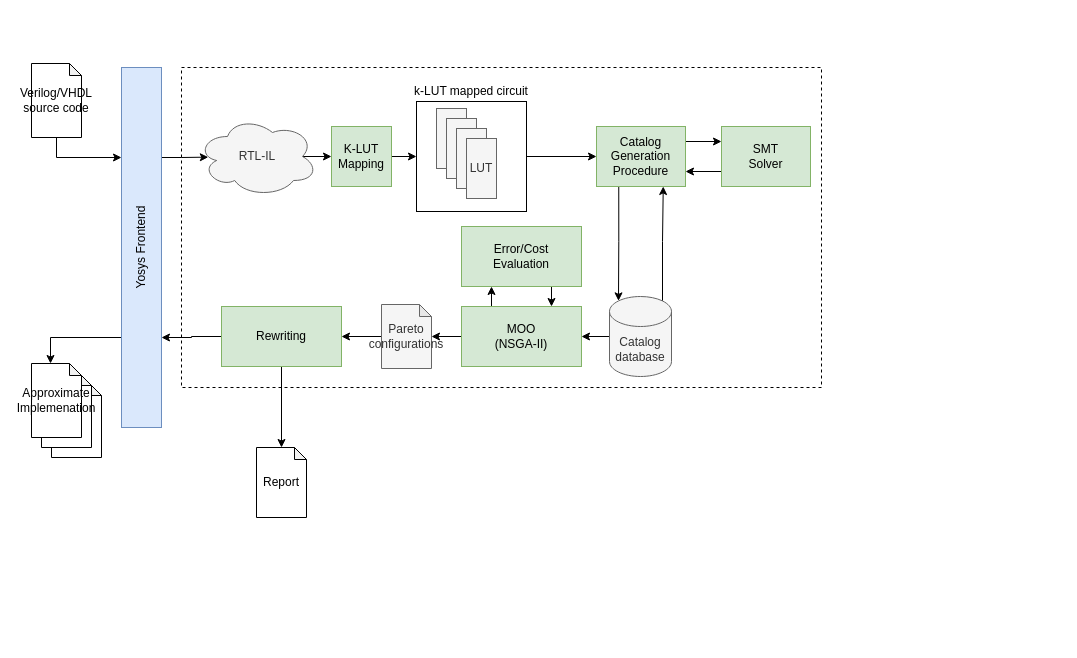
The draw.io diagram doc/yosys-als.drawio in SalvatoreBarone/pyALS, before the edit. Source tidied: cells renumbered, new cells numbered last; positions are measured from the earlier drawing's top-left corner, leaving out a move shared by most shapes. Both pictures are drawn from the tidied source at 100%, with x=0, y=0 at pixel (31, 63).
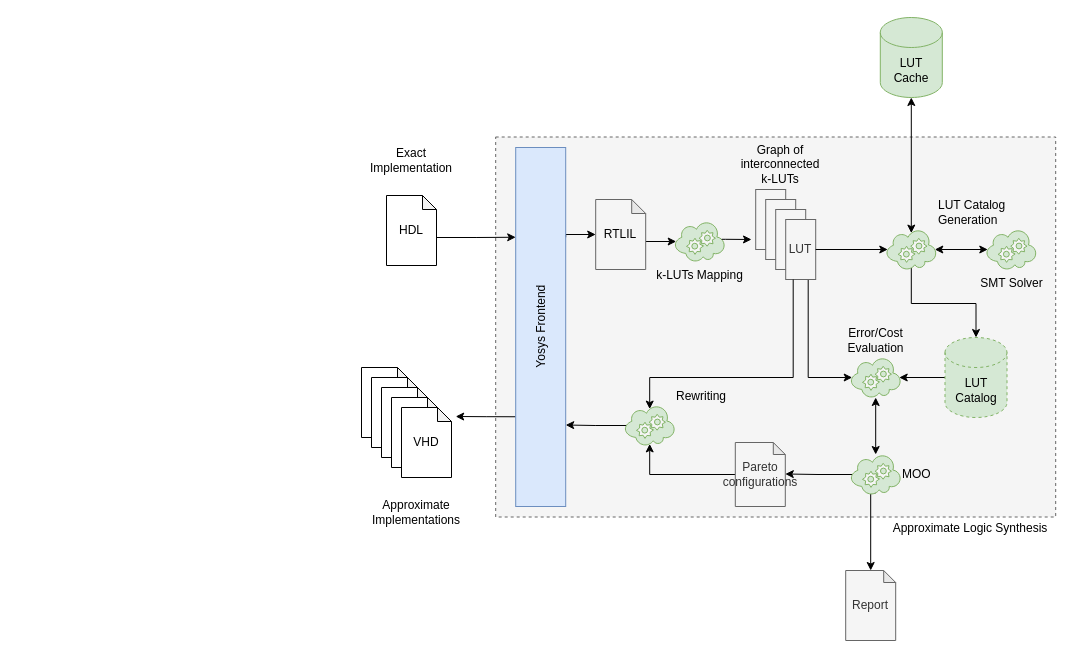
After the change.

Change to the diagram source:
```diff
@@
-    <mxCell id="2" style="shape=note;whiteSpace=wrap;html=1;backgroundOutline=1;darkOpacity=0.05;size=12;" parent="1" vertex="1">
-      <mxGeometry x="20" y="320" width="50" height="74" as="geometry" />
-    </mxCell>
-    <mxCell id="3" style="shape=note;whiteSpace=wrap;html=1;backgroundOutline=1;darkOpacity=0.05;size=12;" parent="1" vertex="1">
-      <mxGeometry x="10" y="310" width="50" height="74" as="geometry" />
-    </mxCell>
-    <mxCell id="4" style="rounded=0;whiteSpace=wrap;html=1;fillColor=none;" parent="1" vertex="1">
-      <mxGeometry x="385" y="38" width="110" height="110" as="geometry" />
-    </mxCell>
-    <mxCell id="5" style="edgeStyle=orthogonalEdgeStyle;rounded=0;jettySize=auto;html=1;entryX=1;entryY=0.75;entryDx=0;entryDy=0;exitX=0.5;exitY=1;exitDx=0;exitDy=0;exitPerimeter=0;" parent="1" edge="1" source="6" target="9">
-      <mxGeometry relative="1" as="geometry" />
-    </mxCell>
-    <mxCell id="6" value="Verilog/VHDL&lt;br&gt;source code" style="shape=note;whiteSpace=wrap;html=1;backgroundOutline=1;darkOpacity=0.05;size=12;" parent="1" vertex="1">
-      <mxGeometry width="50" height="74" as="geometry" />
-    </mxCell>
-    <mxCell id="7" style="edgeStyle=orthogonalEdgeStyle;rounded=0;jettySize=auto;html=1;exitX=0;exitY=0.75;exitDx=0;exitDy=0;entryX=0.09;entryY=0.508;entryDx=0;entryDy=0;entryPerimeter=0;" parent="1" edge="1" source="9" target="11">
-      <mxGeometry relative="1" as="geometry" />
-    </mxCell>
-    <mxCell id="8" style="edgeStyle=orthogonalEdgeStyle;rounded=0;jettySize=auto;html=1;exitX=1;exitY=0.25;exitDx=0;exitDy=0;entryX=0;entryY=0;entryDx=19;entryDy=0;entryPerimeter=0;" parent="1" edge="1" source="9" target="40">
-      <mxGeometry relative="1" as="geometry" />
-    </mxCell>
+    <mxCell id="41" style="rounded=0;whiteSpace=wrap;html=1;dashed=1;verticalAlign=top;strokeColor=#666666;fillColor=#f5f5f5;fontColor=#333333;" parent="1" vertex="1">
+      <mxGeometry x="464.2" y="73.5" width="560" height="380" as="geometry" />
+    </mxCell>
+    <mxCell id="42" style="edgeStyle=orthogonalEdgeStyle;rounded=0;jettySize=auto;html=1;exitX=0;exitY=0;exitDx=50;exitDy=42;exitPerimeter=0;entryX=0.75;entryY=0;entryDx=0;entryDy=0;fontColor=#000000;startArrow=none;startFill=0;endArrow=classic;endFill=1;" parent="1" edge="1" source="43" target="9">
+      <mxGeometry relative="1" as="geometry" />
+    </mxCell>
+    <mxCell id="43" value="&lt;font color=&quot;#000000&quot;&gt;HDL&lt;br&gt;&lt;/font&gt;" style="shape=note;whiteSpace=wrap;html=1;backgroundOutline=1;darkOpacity=0.05;fontColor=#FF0000;size=14;" parent="1" vertex="1">
+      <mxGeometry x="355" y="132" width="50" height="70" as="geometry" />
+    </mxCell>
+    <mxCell id="44" style="edgeStyle=orthogonalEdgeStyle;rounded=0;jettySize=auto;html=1;exitX=0.75;exitY=1;exitDx=0;exitDy=0;entryX=0.03;entryY=0.5;entryDx=0;entryDy=0;entryPerimeter=0;fontColor=#000000;startArrow=none;startFill=0;endArrow=classic;endFill=1;" parent="1" edge="1" source="17" target="37">
+      <mxGeometry relative="1" as="geometry">
+        <Array as="points">
+          <mxPoint x="777.2" y="314" />
+        </Array>
+      </mxGeometry>
+    </mxCell>
+    <mxCell id="45" style="edgeStyle=orthogonalEdgeStyle;rounded=0;jettySize=auto;html=1;exitX=0.75;exitY=1;exitDx=0;exitDy=0;entryX=0;entryY=0.5;entryDx=0;entryDy=0;entryPerimeter=0;" parent="1" edge="1" source="9" target="59">
+      <mxGeometry relative="1" as="geometry">
+        <Array as="points">
+          <mxPoint x="534.2" y="171" />
+        </Array>
+      </mxGeometry>
+    </mxCell>
+    <mxCell id="46" style="edgeStyle=orthogonalEdgeStyle;rounded=0;jettySize=auto;html=1;exitX=0.25;exitY=0;exitDx=0;exitDy=0;fontColor=#000000;startArrow=none;startFill=0;endArrow=classic;endFill=1;" parent="1" edge="1" source="9">
+      <mxGeometry relative="1" as="geometry">
+        <mxPoint x="424.2" y="353" as="targetPoint" />
+      </mxGeometry>
+    </mxCell>
-    <mxCell id="9" value="Yosys Frontend" style="rounded=0;whiteSpace=wrap;html=1;direction=west;horizontal=0;fillColor=#dae8fc;strokeColor=#6c8ebf;" parent="1" vertex="1">
-      <mxGeometry x="90" y="4" width="40" height="360" as="geometry" />
+    <mxCell id="9" value="Yosys Frontend" style="rounded=0;whiteSpace=wrap;html=1;direction=north;horizontal=0;fillColor=#dae8fc;strokeColor=#6c8ebf;verticalAlign=middle;" parent="1" vertex="1">
+      <mxGeometry x="484.2" y="84" width="50" height="359" as="geometry" />
     </mxCell>
-    <mxCell id="10" style="edgeStyle=orthogonalEdgeStyle;rounded=0;jettySize=auto;html=1;exitX=0.875;exitY=0.5;exitDx=0;exitDy=0;exitPerimeter=0;entryX=0;entryY=0.5;entryDx=0;entryDy=0;" parent="1" edge="1" source="11" target="13">
-      <mxGeometry relative="1" as="geometry" />
-    </mxCell>
-    <mxCell id="11" value="RTL-IL" style="ellipse;shape=cloud;whiteSpace=wrap;html=1;fillColor=#f5f5f5;strokeColor=#666666;fontColor=#333333;" parent="1" vertex="1">
-      <mxGeometry x="166" y="53" width="120" height="80" as="geometry" />
-    </mxCell>
-    <mxCell id="12" style="edgeStyle=orthogonalEdgeStyle;rounded=0;jettySize=auto;html=1;exitX=1;exitY=0.5;exitDx=0;exitDy=0;entryX=0;entryY=0.5;entryDx=0;entryDy=0;" parent="1" edge="1" source="13" target="4">
-      <mxGeometry relative="1" as="geometry" />
-    </mxCell>
-    <mxCell id="13" value="K-LUT&lt;br&gt;Mapping" style="rounded=0;whiteSpace=wrap;html=1;fillColor=#d5e8d4;strokeColor=#82b366;" parent="1" vertex="1">
-      <mxGeometry x="300" y="63" width="60" height="60" as="geometry" />
-    </mxCell>
-    <mxCell id="14" style="rounded=0;whiteSpace=wrap;html=1;fillColor=#f5f5f5;strokeColor=#666666;fontColor=#333333;" parent="1" vertex="1">
-      <mxGeometry x="405" y="45" width="30" height="60" as="geometry" />
-    </mxCell>
-    <mxCell id="15" style="rounded=0;whiteSpace=wrap;html=1;fillColor=#f5f5f5;strokeColor=#666666;fontColor=#333333;" parent="1" vertex="1">
-      <mxGeometry x="415" y="55" width="30" height="60" as="geometry" />
-    </mxCell>
-    <mxCell id="16" style="rounded=0;whiteSpace=wrap;html=1;fillColor=#f5f5f5;strokeColor=#666666;fontColor=#333333;" parent="1" vertex="1">
-      <mxGeometry x="425" y="65" width="30" height="60" as="geometry" />
-    </mxCell>
+    <mxCell id="47" style="edgeStyle=orthogonalEdgeStyle;rounded=0;jettySize=auto;html=1;exitX=0;exitY=0;exitDx=50;exitDy=42;exitPerimeter=0;entryX=0.03;entryY=0.5;entryDx=0;entryDy=0;entryPerimeter=0;" parent="1" edge="1" source="59" target="58">
+      <mxGeometry relative="1" as="geometry" />
+    </mxCell>
+    <mxCell id="48" style="rounded=0;whiteSpace=wrap;html=1;fillColor=#f5f5f5;strokeColor=#666666;fontColor=#333333;" parent="1" vertex="1">
+      <mxGeometry x="724.2" y="126" width="30" height="60" as="geometry" />
+    </mxCell>
+    <mxCell id="49" style="rounded=0;whiteSpace=wrap;html=1;fillColor=#f5f5f5;strokeColor=#666666;fontColor=#333333;" parent="1" vertex="1">
+      <mxGeometry x="734.2" y="136" width="30" height="60" as="geometry" />
+    </mxCell>
+    <mxCell id="50" style="rounded=0;whiteSpace=wrap;html=1;fillColor=#f5f5f5;strokeColor=#666666;fontColor=#333333;" parent="1" vertex="1">
+      <mxGeometry x="744.2" y="146" width="30" height="60" as="geometry" />
+    </mxCell>
     <mxCell id="17" value="LUT" style="rounded=0;whiteSpace=wrap;html=1;fillColor=#f5f5f5;strokeColor=#666666;fontColor=#333333;" parent="1" vertex="1">
-      <mxGeometry x="435" y="75" width="30" height="60" as="geometry" />
+      <mxGeometry x="754.2" y="156" width="30" height="60" as="geometry" />
     </mxCell>
-    <mxCell id="18" style="edgeStyle=orthogonalEdgeStyle;rounded=0;jettySize=auto;html=1;exitX=1;exitY=0.5;exitDx=0;exitDy=0;entryX=0;entryY=0.5;entryDx=0;entryDy=0;" parent="1" edge="1" source="4" target="22">
-      <mxGeometry relative="1" as="geometry" />
-    </mxCell>
-    <mxCell id="19" value="k-LUT mapped circuit" style="text;html=1;strokeColor=none;fillColor=none;align=center;verticalAlign=middle;whiteSpace=wrap;rounded=0;" parent="1" vertex="1">
-      <mxGeometry x="370" y="18" width="140" height="20" as="geometry" />
-    </mxCell>
-    <mxCell id="20" style="edgeStyle=orthogonalEdgeStyle;rounded=0;jettySize=auto;html=1;exitX=0.25;exitY=1;exitDx=0;exitDy=0;entryX=0.145;entryY=0;entryDx=0;entryDy=4.35;entryPerimeter=0;" parent="1" edge="1" source="22" target="25">
-      <mxGeometry relative="1" as="geometry" />
-    </mxCell>
-    <mxCell id="21" style="edgeStyle=orthogonalEdgeStyle;rounded=0;jettySize=auto;html=1;exitX=1;exitY=0.25;exitDx=0;exitDy=0;entryX=0;entryY=0.25;entryDx=0;entryDy=0;" parent="1" edge="1" source="22" target="27">
-      <mxGeometry relative="1" as="geometry" />
-    </mxCell>
-    <mxCell id="22" value="Catalog Generation&lt;br&gt;Procedure" style="rounded=0;whiteSpace=wrap;html=1;fillColor=#d5e8d4;strokeColor=#82b366;" parent="1" vertex="1">
-      <mxGeometry x="565" y="63" width="89" height="60" as="geometry" />
-    </mxCell>
-    <mxCell id="23" style="edgeStyle=orthogonalEdgeStyle;rounded=0;jettySize=auto;html=1;exitX=0.855;exitY=0;exitDx=0;exitDy=4.35;exitPerimeter=0;entryX=0.75;entryY=1;entryDx=0;entryDy=0;" parent="1" edge="1" source="25" target="22">
-      <mxGeometry relative="1" as="geometry" />
-    </mxCell>
-    <mxCell id="24" style="edgeStyle=orthogonalEdgeStyle;rounded=0;jettySize=auto;html=1;exitX=0;exitY=0.5;exitDx=0;exitDy=0;exitPerimeter=0;entryX=1;entryY=0.5;entryDx=0;entryDy=0;" parent="1" edge="1" source="25" target="30">
-      <mxGeometry relative="1" as="geometry" />
-    </mxCell>
-    <mxCell id="25" value="Catalog database" style="shape=cylinder3;whiteSpace=wrap;html=1;boundedLbl=1;backgroundOutline=1;size=15;fillColor=#f5f5f5;strokeColor=#666666;fontColor=#333333;" parent="1" vertex="1">
-      <mxGeometry x="578" y="233" width="62" height="80" as="geometry" />
-    </mxCell>
-    <mxCell id="26" style="edgeStyle=orthogonalEdgeStyle;rounded=0;jettySize=auto;html=1;exitX=0;exitY=0.75;exitDx=0;exitDy=0;entryX=1;entryY=0.75;entryDx=0;entryDy=0;" parent="1" edge="1" source="27" target="22">
-      <mxGeometry relative="1" as="geometry" />
-    </mxCell>
-    <mxCell id="27" value="SMT&lt;br&gt;Solver" style="rounded=0;whiteSpace=wrap;html=1;fillColor=#d5e8d4;strokeColor=#82b366;" parent="1" vertex="1">
-      <mxGeometry x="690" y="63" width="89" height="60" as="geometry" />
-    </mxCell>
-    <mxCell id="28" style="edgeStyle=orthogonalEdgeStyle;rounded=0;jettySize=auto;html=1;exitX=0;exitY=0.5;exitDx=0;exitDy=0;entryX=1;entryY=0.492;entryDx=0;entryDy=0;entryPerimeter=0;" parent="1" edge="1" source="30" target="35">
-      <mxGeometry relative="1" as="geometry" />
-    </mxCell>
-    <mxCell id="29" style="edgeStyle=orthogonalEdgeStyle;rounded=0;jettySize=auto;html=1;exitX=0.25;exitY=0;exitDx=0;exitDy=0;entryX=0.25;entryY=1;entryDx=0;entryDy=0;" parent="1" edge="1" source="30" target="37">
-      <mxGeometry relative="1" as="geometry" />
-    </mxCell>
-    <mxCell id="30" value="MOO&lt;br&gt;(NSGA-II)" style="rounded=0;whiteSpace=wrap;html=1;fillColor=#d5e8d4;strokeColor=#82b366;" parent="1" vertex="1">
-      <mxGeometry x="430" y="243" width="120" height="60" as="geometry" />
-    </mxCell>
+    <mxCell id="51" style="edgeStyle=orthogonalEdgeStyle;rounded=0;jettySize=auto;html=1;exitX=1;exitY=0.5;exitDx=0;exitDy=0;entryX=0.03;entryY=0.5;entryDx=0;entryDy=0;entryPerimeter=0;" parent="1" edge="1" source="17" target="61">
+      <mxGeometry relative="1" as="geometry" />
+    </mxCell>
+    <mxCell id="52" value="Graph of &lt;br&gt;interconnected&lt;br&gt;k-LUTs" style="text;html=1;strokeColor=none;fillColor=none;align=center;verticalAlign=middle;whiteSpace=wrap;rounded=0;" parent="1" vertex="1">
+      <mxGeometry x="679.2" y="76" width="140" height="50" as="geometry" />
+    </mxCell>
+    <mxCell id="53" style="edgeStyle=orthogonalEdgeStyle;rounded=0;jettySize=auto;html=1;exitX=0.5;exitY=0;exitDx=0;exitDy=0;exitPerimeter=0;entryX=0.5;entryY=0.96;entryDx=0;entryDy=0;entryPerimeter=0;startArrow=classic;startFill=1;endArrow=none;endFill=0;" parent="1" edge="1" source="55" target="61">
+      <mxGeometry relative="1" as="geometry" />
+    </mxCell>
+    <mxCell id="54" style="edgeStyle=orthogonalEdgeStyle;rounded=0;jettySize=auto;html=1;exitX=0;exitY=0.5;exitDx=0;exitDy=0;exitPerimeter=0;entryX=0.97;entryY=0.5;entryDx=0;entryDy=0;entryPerimeter=0;" parent="1" edge="1" source="55" target="37">
+      <mxGeometry relative="1" as="geometry" />
+    </mxCell>
+    <mxCell id="55" value="LUT Catalog" style="shape=cylinder3;whiteSpace=wrap;html=1;boundedLbl=1;backgroundOutline=1;size=15;fillColor=#d5e8d4;strokeColor=#82b366;dashed=1;" parent="1" vertex="1">
+      <mxGeometry x="913.5" y="274" width="62" height="80" as="geometry" />
+    </mxCell>
+    <mxCell id="56" style="edgeStyle=orthogonalEdgeStyle;rounded=0;jettySize=auto;html=1;exitX=0.03;exitY=0.5;exitDx=0;exitDy=0;entryX=1;entryY=0.492;entryDx=0;entryDy=0;entryPerimeter=0;exitPerimeter=0;" parent="1" edge="1" source="64" target="35">
+      <mxGeometry relative="1" as="geometry" />
+    </mxCell>
-    <mxCell id="31" style="edgeStyle=orthogonalEdgeStyle;rounded=0;jettySize=auto;html=1;exitX=0;exitY=0.5;exitDx=0;exitDy=0;entryX=0;entryY=0.25;entryDx=0;entryDy=0;" parent="1" edge="1" source="33" target="9">
+    <mxCell id="31" style="edgeStyle=orthogonalEdgeStyle;rounded=0;jettySize=auto;html=1;exitX=0.03;exitY=0.5;exitDx=0;exitDy=0;entryX=0.227;entryY=1;entryDx=0;entryDy=0;entryPerimeter=0;exitPerimeter=0;" parent="1" edge="1" source="33" target="9">
       <mxGeometry relative="1" as="geometry" />
     </mxCell>
-    <mxCell id="32" style="edgeStyle=orthogonalEdgeStyle;rounded=0;jettySize=auto;html=1;exitX=0.5;exitY=1;exitDx=0;exitDy=0;entryX=0.5;entryY=0;entryDx=0;entryDy=0;entryPerimeter=0;" parent="1" edge="1" source="33" target="38">
-      <mxGeometry relative="1" as="geometry" />
-    </mxCell>
-    <mxCell id="33" value="Rewriting" style="rounded=0;whiteSpace=wrap;html=1;fillColor=#d5e8d4;strokeColor=#82b366;" parent="1" vertex="1">
-      <mxGeometry x="190" y="243" width="120" height="60" as="geometry" />
-    </mxCell>
+    <mxCell id="57" style="edgeStyle=orthogonalEdgeStyle;rounded=0;jettySize=auto;html=1;exitX=0.5;exitY=0.96;exitDx=0;exitDy=0;entryX=0.5;entryY=0;entryDx=0;entryDy=0;entryPerimeter=0;exitPerimeter=0;" parent="1" edge="1" source="64" target="38">
+      <mxGeometry relative="1" as="geometry">
+        <Array as="points">
+          <mxPoint x="839" y="429" />
+        </Array>
+      </mxGeometry>
+    </mxCell>
-    <mxCell id="34" style="edgeStyle=orthogonalEdgeStyle;rounded=0;jettySize=auto;html=1;exitX=0;exitY=0.5;exitDx=0;exitDy=0;exitPerimeter=0;entryX=1;entryY=0.5;entryDx=0;entryDy=0;" parent="1" edge="1" source="35" target="33">
-      <mxGeometry relative="1" as="geometry" />
+    <mxCell id="34" style="edgeStyle=orthogonalEdgeStyle;rounded=0;jettySize=auto;html=1;exitX=0;exitY=0.5;exitDx=0;exitDy=0;exitPerimeter=0;entryX=0.5;entryY=0.96;entryDx=0;entryDy=0;entryPerimeter=0;" parent="1" edge="1" source="35" target="33">
+      <mxGeometry relative="1" as="geometry">
+        <Array as="points">
+          <mxPoint x="618.2" y="411" />
+        </Array>
+      </mxGeometry>
     </mxCell>
     <mxCell id="35" value="Pareto&lt;br&gt;configurations" style="shape=note;whiteSpace=wrap;html=1;backgroundOutline=1;darkOpacity=0.05;size=12;fillColor=#f5f5f5;strokeColor=#666666;fontColor=#333333;" parent="1" vertex="1">
-      <mxGeometry x="350" y="241" width="50" height="64" as="geometry" />
+      <mxGeometry x="703.8" y="379" width="50" height="64" as="geometry" />
     </mxCell>
-    <mxCell id="36" style="edgeStyle=orthogonalEdgeStyle;rounded=0;jettySize=auto;html=1;exitX=0.75;exitY=1;exitDx=0;exitDy=0;entryX=0.75;entryY=0;entryDx=0;entryDy=0;" parent="1" edge="1" source="37" target="30">
-      <mxGeometry relative="1" as="geometry" />
-    </mxCell>
+    <mxCell id="38" value="Report" style="shape=note;whiteSpace=wrap;html=1;backgroundOutline=1;darkOpacity=0.05;size=12;fillColor=#f5f5f5;strokeColor=#666666;fontColor=#333333;" parent="1" vertex="1">
+      <mxGeometry x="814.2" y="507" width="50" height="70" as="geometry" />
+    </mxCell>
+    <mxCell id="58" value="k-LUTs Mapping" style="verticalLabelPosition=bottom;html=1;verticalAlign=top;align=center;strokeColor=#82b366;shape=mxgraph.azure.cloud_service;fillColor=#d5e8d4;" parent="1" vertex="1">
+      <mxGeometry x="643.2" y="158" width="50" height="40" as="geometry" />
+    </mxCell>
+    <mxCell id="59" value="&lt;font color=&quot;#000000&quot;&gt;RTLIL&lt;br&gt;&lt;/font&gt;" style="shape=note;whiteSpace=wrap;html=1;backgroundOutline=1;darkOpacity=0.05;fontColor=#333333;size=14;fillColor=#f5f5f5;strokeColor=#666666;" parent="1" vertex="1">
+      <mxGeometry x="564.2" y="136" width="50" height="70" as="geometry" />
+    </mxCell>
+    <mxCell id="60" style="edgeStyle=none;rounded=0;jettySize=auto;html=1;exitX=0.97;exitY=0.5;exitDx=0;exitDy=0;exitPerimeter=0;entryX=0.03;entryY=0.5;entryDx=0;entryDy=0;entryPerimeter=0;fontColor=#000000;startArrow=classic;startFill=1;" parent="1" edge="1" source="61" target="27">
+      <mxGeometry relative="1" as="geometry" />
+    </mxCell>
+    <mxCell id="61" value="LUT Catalog&lt;br&gt;Generation" style="verticalLabelPosition=top;html=1;verticalAlign=bottom;align=left;strokeColor=#82b366;shape=mxgraph.azure.cloud_service;fillColor=#d5e8d4;labelPosition=right;" parent="1" vertex="1">
+      <mxGeometry x="854.8" y="166" width="50" height="40" as="geometry" />
+    </mxCell>
+    <mxCell id="27" value="SMT Solver" style="verticalLabelPosition=bottom;html=1;verticalAlign=top;align=center;strokeColor=#82b366;shape=mxgraph.azure.cloud_service;fillColor=#d5e8d4;labelPosition=center;" parent="1" vertex="1">
+      <mxGeometry x="954.8" y="166" width="50" height="40" as="geometry" />
+    </mxCell>
+    <mxCell id="62" style="edgeStyle=none;rounded=0;jettySize=auto;html=1;exitX=0.5;exitY=1;exitDx=0;exitDy=0;exitPerimeter=0;entryX=0.5;entryY=0.09;entryDx=0;entryDy=0;entryPerimeter=0;fontColor=#000000;startArrow=classic;startFill=1;" parent="1" edge="1" source="63" target="61">
+      <mxGeometry relative="1" as="geometry" />
+    </mxCell>
+    <mxCell id="63" value="LUT Cache" style="shape=cylinder3;whiteSpace=wrap;html=1;boundedLbl=1;backgroundOutline=1;size=15;fillColor=#d5e8d4;strokeColor=#82b366;" parent="1" vertex="1">
+      <mxGeometry x="848.8" y="-46" width="62" height="80" as="geometry" />
+    </mxCell>
+    <mxCell id="64" value="MOO" style="verticalLabelPosition=middle;html=1;verticalAlign=middle;align=left;strokeColor=#82b366;shape=mxgraph.azure.cloud_service;fillColor=#d5e8d4;labelPosition=right;" parent="1" vertex="1">
+      <mxGeometry x="819.2" y="391" width="50" height="40" as="geometry" />
+    </mxCell>
+    <mxCell id="65" style="edgeStyle=none;rounded=0;jettySize=auto;html=1;fontColor=#000000;startArrow=classic;startFill=1;endArrow=classic;endFill=1;" parent="1" edge="1" source="37" target="64">
+      <mxGeometry relative="1" as="geometry" />
+    </mxCell>
-    <mxCell id="37" value="Error/Cost&lt;br&gt;Evaluation" style="rounded=0;whiteSpace=wrap;html=1;fillColor=#d5e8d4;strokeColor=#82b366;" parent="1" vertex="1">
-      <mxGeometry x="430" y="163" width="120" height="60" as="geometry" />
+    <mxCell id="37" value="Error/Cost&lt;br&gt;Evaluation" style="verticalLabelPosition=top;html=1;verticalAlign=bottom;align=center;strokeColor=#82b366;shape=mxgraph.azure.cloud_service;fillColor=#d5e8d4;horizontal=1;labelPosition=center;" parent="1" vertex="1">
+      <mxGeometry x="819.2" y="294" width="50" height="40" as="geometry" />
     </mxCell>
-    <mxCell id="38" value="Report" style="shape=note;whiteSpace=wrap;html=1;backgroundOutline=1;darkOpacity=0.05;size=12;" parent="1" vertex="1">
-      <mxGeometry x="225" y="384" width="50" height="70" as="geometry" />
-    </mxCell>
-    <mxCell id="39" style="rounded=0;whiteSpace=wrap;html=1;fillColor=none;dashed=1;" parent="1" vertex="1">
-      <mxGeometry x="150" y="4" width="640" height="320" as="geometry" />
-    </mxCell>
-    <mxCell id="40" value="Approximate&lt;br&gt;Implemenation" style="shape=note;whiteSpace=wrap;html=1;backgroundOutline=1;darkOpacity=0.05;size=12;" parent="1" vertex="1">
-      <mxGeometry y="300" width="50" height="74" as="geometry" />
-    </mxCell>
+    <mxCell id="66" style="edgeStyle=orthogonalEdgeStyle;rounded=0;jettySize=auto;html=1;exitX=0.5;exitY=0.09;exitDx=0;exitDy=0;exitPerimeter=0;entryX=0.25;entryY=1;entryDx=0;entryDy=0;fontColor=#000000;startArrow=classic;startFill=1;endArrow=none;endFill=0;" parent="1" edge="1" source="33" target="17">
+      <mxGeometry relative="1" as="geometry">
+        <Array as="points">
+          <mxPoint x="618.2" y="314" />
+          <mxPoint x="762.2" y="314" />
+        </Array>
+      </mxGeometry>
+    </mxCell>
+    <mxCell id="33" value="Rewriting" style="verticalLabelPosition=top;html=1;verticalAlign=bottom;align=left;strokeColor=#82b366;shape=mxgraph.azure.cloud_service;fillColor=#d5e8d4;labelPosition=right;" parent="1" vertex="1">
+      <mxGeometry x="593.2" y="342" width="50" height="40" as="geometry" />
+    </mxCell>
+    <mxCell id="67" style="edgeStyle=orthogonalEdgeStyle;rounded=0;jettySize=auto;html=1;exitX=0.939;exitY=0.445;exitDx=0;exitDy=0;exitPerimeter=0;" parent="1" edge="1" source="58">
+      <mxGeometry relative="1" as="geometry">
+        <mxPoint x="720" y="176" as="targetPoint" />
+        <Array as="points">
+          <mxPoint x="694.2" y="176" />
+        </Array>
+      </mxGeometry>
+    </mxCell>
+    <mxCell id="68" value="&lt;font color=&quot;#000000&quot;&gt;&lt;br&gt;&lt;/font&gt;" style="shape=note;whiteSpace=wrap;html=1;backgroundOutline=1;darkOpacity=0.05;fontColor=#FF0000;size=14;" parent="1" vertex="1">
+      <mxGeometry x="330" y="304" width="50" height="70" as="geometry" />
+    </mxCell>
+    <mxCell id="69" value="&lt;font color=&quot;#000000&quot;&gt;&lt;br&gt;&lt;/font&gt;" style="shape=note;whiteSpace=wrap;html=1;backgroundOutline=1;darkOpacity=0.05;fontColor=#FF0000;size=14;" parent="1" vertex="1">
+      <mxGeometry x="340" y="314" width="50" height="70" as="geometry" />
+    </mxCell>
+    <mxCell id="70" value="&lt;font color=&quot;#000000&quot;&gt;&lt;br&gt;&lt;/font&gt;" style="shape=note;whiteSpace=wrap;html=1;backgroundOutline=1;darkOpacity=0.05;fontColor=#FF0000;size=14;" parent="1" vertex="1">
+      <mxGeometry x="350" y="324" width="50" height="70" as="geometry" />
+    </mxCell>
+    <mxCell id="71" value="&lt;font color=&quot;#000000&quot;&gt;&lt;br&gt;&lt;/font&gt;" style="shape=note;whiteSpace=wrap;html=1;backgroundOutline=1;darkOpacity=0.05;fontColor=#FF0000;size=14;" parent="1" vertex="1">
+      <mxGeometry x="360" y="334" width="50" height="70" as="geometry" />
+    </mxCell>
+    <mxCell id="72" value="&lt;font color=&quot;#000000&quot;&gt;VHD&lt;br&gt;&lt;/font&gt;" style="shape=note;whiteSpace=wrap;html=1;backgroundOutline=1;darkOpacity=0.05;fontColor=#FF0000;size=14;" parent="1" vertex="1">
+      <mxGeometry x="370" y="344" width="50" height="70" as="geometry" />
+    </mxCell>
+    <mxCell id="73" value="Approximate&lt;br&gt;Implementations" style="text;html=1;strokeColor=none;fillColor=none;align=center;verticalAlign=middle;whiteSpace=wrap;rounded=0;dashed=1;fontColor=#000000;" parent="1" vertex="1">
+      <mxGeometry x="340" y="414" width="90" height="70" as="geometry" />
+    </mxCell>
+    <mxCell id="74" value="Exact Implementation" style="text;html=1;strokeColor=none;fillColor=none;align=center;verticalAlign=middle;whiteSpace=wrap;rounded=0;dashed=1;fontColor=#000000;" parent="1" vertex="1">
+      <mxGeometry x="335" y="62" width="90" height="70" as="geometry" />
+    </mxCell>
+    <mxCell id="75" value="Approximate Logic Synthesis" style="text;html=1;strokeColor=none;fillColor=none;align=center;verticalAlign=middle;whiteSpace=wrap;rounded=0;dashed=1;fontColor=#000000;" parent="1" vertex="1">
+      <mxGeometry x="848.8" y="455" width="179.5" height="20" as="geometry" />
+    </mxCell>
```
